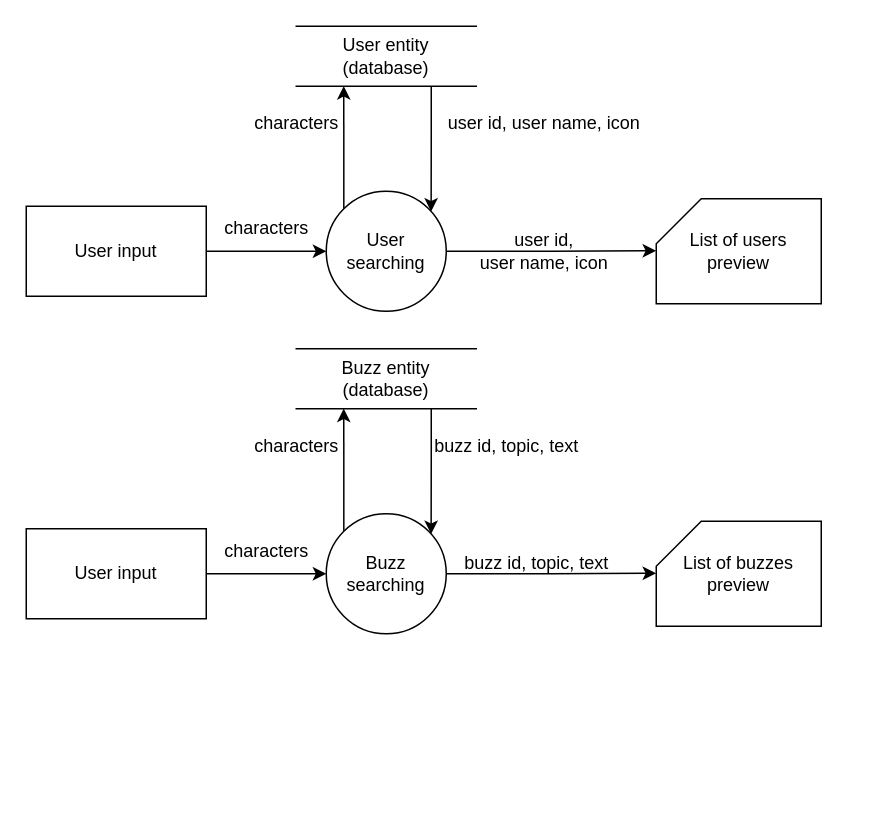
DonaldLamNL/buzzer keeps this draw.io diagram as DFD/Buzzer/SeachingSystem.drawio. Above is the earlier version. Source tidied: cells renumbered, new cells numbered last; positions are measured from the earlier drawing's top-left corner, leaving out a move shared by most shapes. Both pictures are drawn from the tidied source at 150%, with x=0, y=0 at pixel (26, 26).
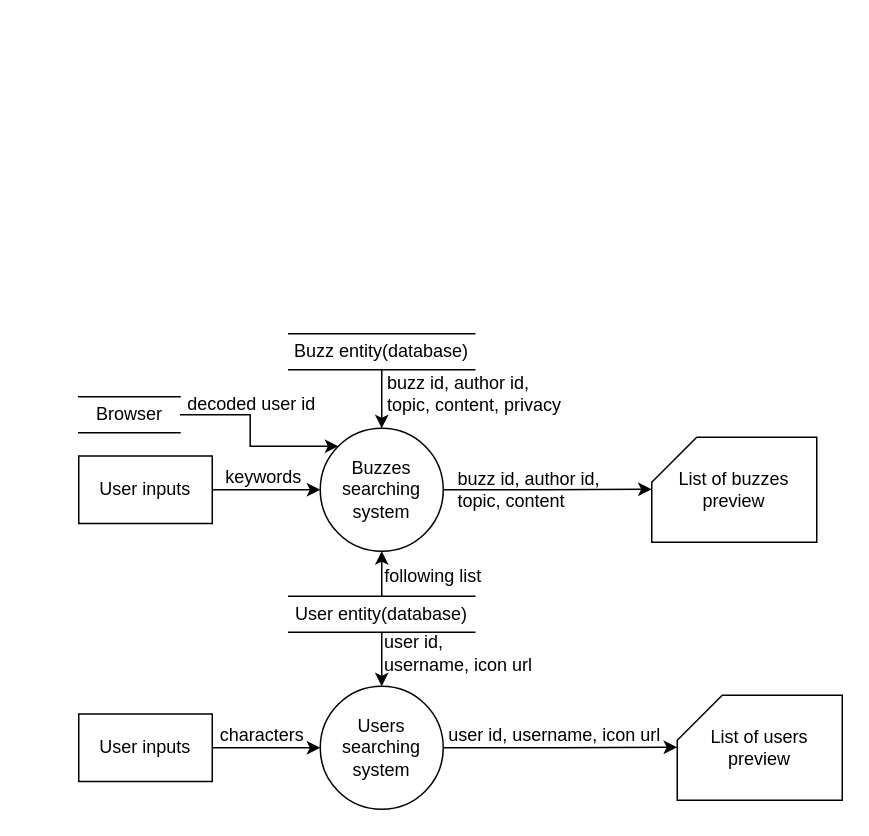
After the change.

Commit message:
Merge users and buzzes searching system

Change to the diagram source:
```diff
@@
-    <mxCell id="2" style="edgeStyle=orthogonalEdgeStyle;rounded=0;jettySize=auto;html=1;" parent="1" edge="1" source="3" target="6">
-      <mxGeometry relative="1" as="geometry" />
-    </mxCell>
-    <mxCell id="3" value="User input" style="rounded=0;whiteSpace=wrap;html=1;" parent="1" vertex="1">
-      <mxGeometry y="120" width="120" height="60" as="geometry" />
-    </mxCell>
-    <mxCell id="4" style="edgeStyle=orthogonalEdgeStyle;rounded=0;jettySize=auto;html=1;exitX=1;exitY=0.5;exitDx=0;exitDy=0;entryX=-0.001;entryY=0.495;entryDx=0;entryDy=0;entryPerimeter=0;" parent="1" edge="1" source="6" target="10">
-      <mxGeometry relative="1" as="geometry" />
-    </mxCell>
-    <mxCell id="5" style="edgeStyle=orthogonalEdgeStyle;rounded=0;jettySize=auto;html=1;exitX=0;exitY=0;exitDx=0;exitDy=0;entryX=0.264;entryY=0.997;entryDx=0;entryDy=0;entryPerimeter=0;" parent="1" edge="1" source="6" target="8">
-      <mxGeometry relative="1" as="geometry" />
-    </mxCell>
-    <mxCell id="6" value="User searching" style="ellipse;whiteSpace=wrap;html=1;" parent="1" vertex="1">
-      <mxGeometry x="200" y="110" width="80" height="80" as="geometry" />
-    </mxCell>
-    <mxCell id="7" style="edgeStyle=orthogonalEdgeStyle;rounded=0;jettySize=auto;html=1;exitX=0.75;exitY=1;exitDx=0;exitDy=0;entryX=0.874;entryY=0.169;entryDx=0;entryDy=0;entryPerimeter=0;" parent="1" edge="1" source="8" target="6">
-      <mxGeometry relative="1" as="geometry" />
-    </mxCell>
-    <mxCell id="8" value="User entity&lt;br&gt;(database)" style="shape=partialRectangle;whiteSpace=wrap;html=1;left=0;right=0;fillColor=none;" parent="1" vertex="1">
-      <mxGeometry x="180" width="120" height="40" as="geometry" />
-    </mxCell>
-    <mxCell id="9" value="user id,&lt;br&gt;user name, icon" style="text;html=1;align=center;verticalAlign=middle;strokeColor=none;fillColor=none;" parent="1" vertex="1">
-      <mxGeometry x="290" y="130" width="110" height="40" as="geometry" />
-    </mxCell>
-    <mxCell id="10" value="List of users preview" style="shape=card;whiteSpace=wrap;html=1;" parent="1" vertex="1">
-      <mxGeometry x="420" y="115" width="110" height="70" as="geometry" />
-    </mxCell>
-    <mxCell id="11" value="characters" style="text;html=1;align=center;verticalAlign=middle;strokeColor=none;fillColor=none;" parent="1" vertex="1">
-      <mxGeometry x="120" y="120" width="80" height="30" as="geometry" />
-    </mxCell>
-    <mxCell id="12" value="characters" style="text;html=1;align=center;verticalAlign=middle;strokeColor=none;fillColor=none;" parent="1" vertex="1">
-      <mxGeometry x="140" y="50" width="80" height="30" as="geometry" />
-    </mxCell>
-    <mxCell id="13" value="user id, user name, icon" style="text;html=1;align=center;verticalAlign=middle;strokeColor=none;fillColor=none;" parent="1" vertex="1">
-      <mxGeometry x="270" y="50" width="150" height="30" as="geometry" />
-    </mxCell>
-    <mxCell id="14" style="edgeStyle=orthogonalEdgeStyle;rounded=0;jettySize=auto;html=1;" parent="1" edge="1" source="15" target="18">
+    <mxCell id="14" style="edgeStyle=orthogonalEdgeStyle;rounded=0;jettySize=auto;html=1;exitX=1;exitY=0.5;exitDx=0;exitDy=0;" parent="1" edge="1" source="26" target="18">
       <mxGeometry relative="1" as="geometry" />
     </mxCell>
-    <mxCell id="15" value="User input" style="rounded=0;whiteSpace=wrap;html=1;" parent="1" vertex="1">
-      <mxGeometry y="335" width="120" height="60" as="geometry" />
-    </mxCell>
@@
-    <mxCell id="17" style="edgeStyle=orthogonalEdgeStyle;rounded=0;jettySize=auto;html=1;exitX=0;exitY=0;exitDx=0;exitDy=0;entryX=0.264;entryY=0.997;entryDx=0;entryDy=0;entryPerimeter=0;" parent="1" edge="1" source="18" target="20">
-      <mxGeometry relative="1" as="geometry" />
-    </mxCell>
-    <mxCell id="18" value="Buzz searching" style="ellipse;whiteSpace=wrap;html=1;" parent="1" vertex="1">
-      <mxGeometry x="200" y="325" width="80" height="80" as="geometry" />
+    <mxCell id="18" value="Buzzes searching system" style="ellipse;whiteSpace=wrap;html=1;" parent="1" vertex="1">
+      <mxGeometry x="196" y="268" width="82" height="82" as="geometry" />
     </mxCell>
-    <mxCell id="19" style="edgeStyle=orthogonalEdgeStyle;rounded=0;jettySize=auto;html=1;exitX=0.75;exitY=1;exitDx=0;exitDy=0;entryX=0.874;entryY=0.169;entryDx=0;entryDy=0;entryPerimeter=0;" parent="1" edge="1" source="20" target="18">
+    <mxCell id="19" style="edgeStyle=orthogonalEdgeStyle;rounded=0;jettySize=auto;html=1;exitX=0.5;exitY=1;exitDx=0;exitDy=0;" parent="1" edge="1" source="20" target="18">
       <mxGeometry relative="1" as="geometry" />
     </mxCell>
-    <mxCell id="20" value="Buzz entity&lt;br&gt;(database)" style="shape=partialRectangle;whiteSpace=wrap;html=1;left=0;right=0;fillColor=none;" parent="1" vertex="1">
-      <mxGeometry x="180" y="215" width="120" height="40" as="geometry" />
+    <mxCell id="20" value="Buzz entity(database)" style="shape=partialRectangle;whiteSpace=wrap;html=1;left=0;right=0;fillColor=none;" parent="1" vertex="1">
+      <mxGeometry x="175" y="205" width="124" height="24" as="geometry" />
     </mxCell>
     <mxCell id="21" value="List of buzzes preview" style="shape=card;whiteSpace=wrap;html=1;" parent="1" vertex="1">
-      <mxGeometry x="420" y="330" width="110" height="70" as="geometry" />
+      <mxGeometry x="417" y="274" width="110" height="70" as="geometry" />
     </mxCell>
-    <mxCell id="22" value="characters" style="text;html=1;align=center;verticalAlign=middle;strokeColor=none;fillColor=none;" parent="1" vertex="1">
-      <mxGeometry x="120" y="335" width="80" height="30" as="geometry" />
+    <mxCell id="22" value="keywords" style="text;html=1;align=center;verticalAlign=middle;strokeColor=none;fillColor=none;" parent="1" vertex="1">
+      <mxGeometry x="123" y="288" width="69" height="26" as="geometry" />
     </mxCell>
-    <mxCell id="23" value="characters" style="text;html=1;align=center;verticalAlign=middle;strokeColor=none;fillColor=none;" parent="1" vertex="1">
-      <mxGeometry x="140" y="265" width="80" height="30" as="geometry" />
-    </mxCell>
-    <mxCell id="24" value="buzz id, topic, text" style="text;html=1;align=center;verticalAlign=middle;strokeColor=none;fillColor=none;" parent="1" vertex="1">
-      <mxGeometry x="260" y="265" width="120" height="30" as="geometry" />
+    <mxCell id="24" value="buzz id, author id,&lt;br&gt;topic, content, privacy" style="text;html=1;align=left;verticalAlign=middle;strokeColor=none;fillColor=none;" parent="1" vertex="1">
+      <mxGeometry x="238.5" y="225" width="134" height="40" as="geometry" />
     </mxCell>
-    <mxCell id="25" value="buzz id, topic, text" style="text;html=1;align=center;verticalAlign=middle;strokeColor=none;fillColor=none;" parent="1" vertex="1">
-      <mxGeometry x="280" y="343" width="120" height="30" as="geometry" />
-    </mxCell>
+    <mxCell id="26" value="User inputs" style="rounded=0;whiteSpace=wrap;html=1;" parent="1" vertex="1">
+      <mxGeometry x="35" y="286.5" width="89" height="45" as="geometry" />
+    </mxCell>
+    <mxCell id="27" style="edgeStyle=orthogonalEdgeStyle;rounded=0;jettySize=auto;html=1;exitX=1;exitY=0.5;exitDx=0;exitDy=0;" parent="1" edge="1" source="36" target="29">
+      <mxGeometry relative="1" as="geometry" />
+    </mxCell>
+    <mxCell id="28" style="edgeStyle=orthogonalEdgeStyle;rounded=0;jettySize=auto;html=1;exitX=1;exitY=0.5;exitDx=0;exitDy=0;entryX=-0.001;entryY=0.495;entryDx=0;entryDy=0;entryPerimeter=0;" parent="1" edge="1" source="29" target="10">
+      <mxGeometry relative="1" as="geometry" />
+    </mxCell>
+    <mxCell id="29" value="Users searching system" style="ellipse;whiteSpace=wrap;html=1;" parent="1" vertex="1">
+      <mxGeometry x="196" y="440" width="82" height="82" as="geometry" />
+    </mxCell>
+    <mxCell id="30" style="edgeStyle=orthogonalEdgeStyle;rounded=0;jettySize=auto;html=1;exitX=0.5;exitY=1;exitDx=0;exitDy=0;entryX=0.5;entryY=0;entryDx=0;entryDy=0;" parent="1" edge="1" source="32" target="29">
+      <mxGeometry relative="1" as="geometry" />
+    </mxCell>
+    <mxCell id="31" style="edgeStyle=orthogonalEdgeStyle;rounded=0;jettySize=auto;html=1;exitX=0.5;exitY=0;exitDx=0;exitDy=0;entryX=0.5;entryY=1;entryDx=0;entryDy=0;" parent="1" edge="1" source="32" target="18">
+      <mxGeometry relative="1" as="geometry" />
+    </mxCell>
+    <mxCell id="32" value="User entity(database)" style="shape=partialRectangle;whiteSpace=wrap;html=1;left=0;right=0;fillColor=none;" parent="1" vertex="1">
+      <mxGeometry x="175" y="380" width="124" height="24" as="geometry" />
+    </mxCell>
+    <mxCell id="10" value="List of users preview" style="shape=card;whiteSpace=wrap;html=1;" parent="1" vertex="1">
+      <mxGeometry x="434" y="446" width="110" height="70" as="geometry" />
+    </mxCell>
+    <mxCell id="33" value="characters" style="text;html=1;align=center;verticalAlign=middle;strokeColor=none;fillColor=none;" parent="1" vertex="1">
+      <mxGeometry x="120" y="460" width="74" height="26" as="geometry" />
+    </mxCell>
+    <mxCell id="34" value="user id,&lt;br&gt;username, icon url" style="text;html=1;align=left;verticalAlign=middle;strokeColor=none;fillColor=none;" parent="1" vertex="1">
+      <mxGeometry x="236.5" y="398" width="117" height="40" as="geometry" />
+    </mxCell>
+    <mxCell id="35" value="user id, username, icon url" style="text;html=1;align=center;verticalAlign=middle;strokeColor=none;fillColor=none;" parent="1" vertex="1">
+      <mxGeometry x="272" y="460" width="159" height="26" as="geometry" />
+    </mxCell>
+    <mxCell id="36" value="User inputs" style="rounded=0;whiteSpace=wrap;html=1;" parent="1" vertex="1">
+      <mxGeometry x="35" y="458.5" width="89" height="45" as="geometry" />
+    </mxCell>
+    <mxCell id="37" style="edgeStyle=orthogonalEdgeStyle;rounded=0;jettySize=auto;html=1;exitX=1;exitY=0.5;exitDx=0;exitDy=0;entryX=0;entryY=0;entryDx=0;entryDy=0;" parent="1" edge="1" source="38" target="18">
+      <mxGeometry relative="1" as="geometry" />
+    </mxCell>
+    <mxCell id="38" value="Browser" style="shape=partialRectangle;whiteSpace=wrap;html=1;left=0;right=0;fillColor=none;" parent="1" vertex="1">
+      <mxGeometry x="35" y="247" width="67.5" height="24" as="geometry" />
+    </mxCell>
+    <mxCell id="39" value="decoded user id" style="text;html=1;align=center;verticalAlign=middle;strokeColor=none;fillColor=none;" parent="1" vertex="1">
+      <mxGeometry x="98" y="239" width="103" height="26" as="geometry" />
+    </mxCell>
+    <mxCell id="40" value="following list" style="text;html=1;align=center;verticalAlign=middle;strokeColor=none;fillColor=none;" parent="1" vertex="1">
+      <mxGeometry x="229" y="354" width="83" height="26" as="geometry" />
+    </mxCell>
+    <mxCell id="41" value="buzz id, author id,&lt;br&gt;topic, content" style="text;html=1;align=left;verticalAlign=middle;strokeColor=none;fillColor=none;" parent="1" vertex="1">
+      <mxGeometry x="286" y="289" width="113" height="40" as="geometry" />
+    </mxCell>
```
